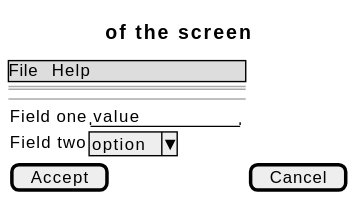
The PlantUML diagram docs/01-requirements/use-cases/retryDeliveries/wireframes.svg in didactika/kampus, before a commit. Source of this version:
```plantuml
@startsalt
{
  {* File | Help }
  ==
  Title of the screen
  --
  {
    Field one | "value        "
    Field two | ^option^
  }
  [ Accept ] | [ Cancel ]
}
@endsalt
```
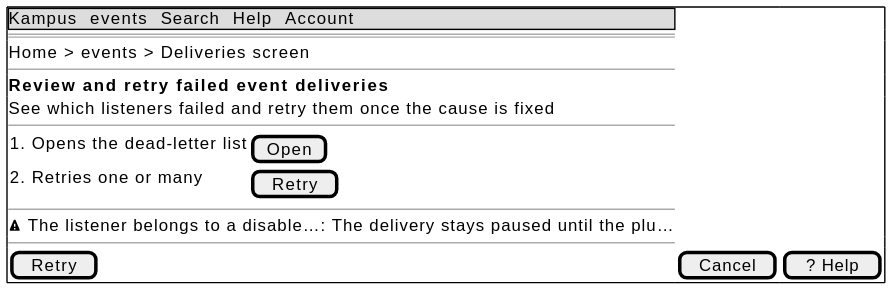
After the commit.

The edit, as a diff of the source:
```diff
@@ -1,13 +1,19 @@
 @startsalt
-{
-  {* File | Help }
+{+
+  {* Kampus | events | Search | Help | Account }
   ==
-  Title of the screen
+  Home > events > Deliveries screen
+  --
+  <b>Review and retry failed event deliveries
+  See which listeners failed and retry them once the cause is fixed
   --
   {
-    Field one | "value        "
-    Field two | ^option^
+    1. Opens the dead-letter list | [ Open ]
+    2. Retries one or many | [ Retry ]
   }
-  [ Accept ] | [ Cancel ]
+  --
+  <&warning> The listener belongs to a disable…: The delivery stays paused until the plu…
+  --
+  [ Retry ] | [ Cancel ] | [ ? Help ]
 }
 @endsalt
```
